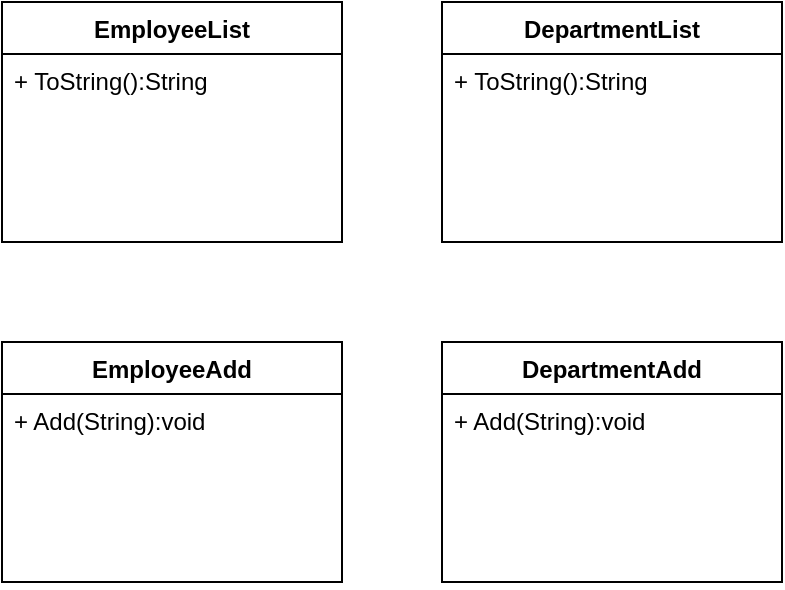
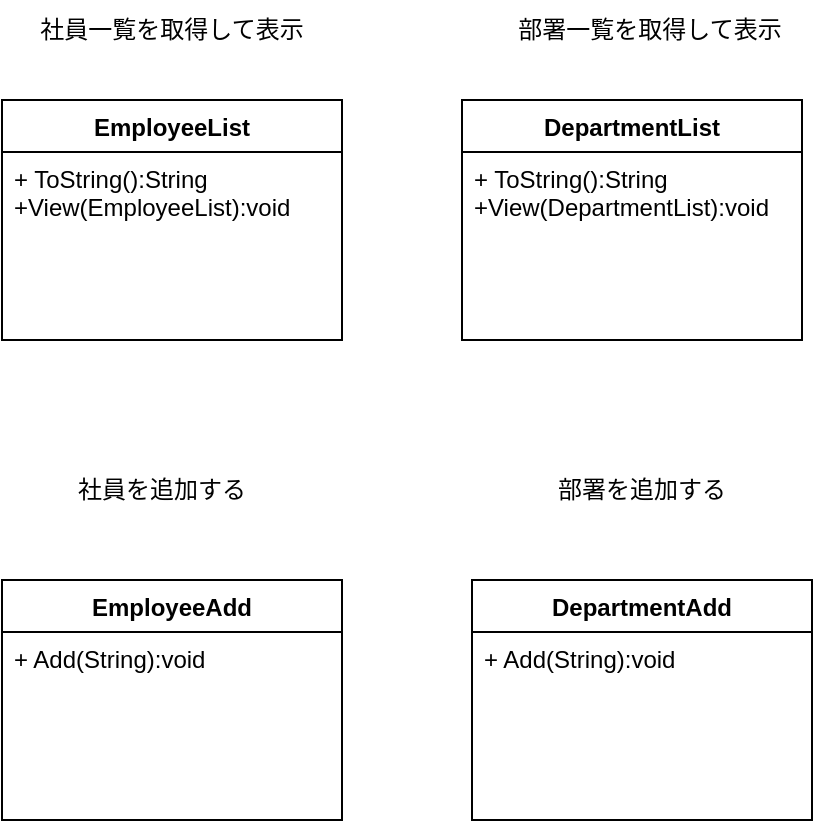
<mxfile host="app.diagrams.net">
  <diagram name="ページ-1" id="_a7TSTPUD4ZUb4yu-kRl">
-     <mxGraphModel dx="774" dy="451" grid="1" gridSize="10" guides="1" tooltips="1" connect="1" arrows="1" fold="1" page="1" pageScale="1" pageWidth="827" pageHeight="1169" math="0" shadow="0">
+     <mxGraphModel dx="774" dy="469" grid="1" gridSize="10" guides="1" tooltips="1" connect="1" arrows="1" fold="1" page="1" pageScale="1" pageWidth="827" pageHeight="1169" math="0" shadow="0">
      <root>
        <mxCell id="0" />
        <mxCell id="1" parent="0" />
        <mxCell id="LVNKJldPZUcnk_xSlG1G-1" parent="1" style="swimlane;fontStyle=1;align=center;verticalAlign=top;childLayout=stackLayout;horizontal=1;startSize=26;horizontalStack=0;resizeParent=1;resizeParentMax=0;resizeLast=0;collapsible=1;marginBottom=0;whiteSpace=wrap;html=1;" value="EmployeeList" vertex="1">
-           <mxGeometry height="120" width="170" x="170" y="20" as="geometry" />
+           <mxGeometry height="120" width="170" x="170" y="140" as="geometry" />
        </mxCell>
-         <mxCell id="LVNKJldPZUcnk_xSlG1G-4" parent="LVNKJldPZUcnk_xSlG1G-1" style="text;strokeColor=none;fillColor=none;align=left;verticalAlign=top;spacingLeft=4;spacingRight=4;overflow=hidden;rotatable=0;points=[[0,0.5],[1,0.5]];portConstraint=eastwest;whiteSpace=wrap;html=1;" value="+ ToString():String&lt;div&gt;&lt;br&gt;&lt;/div&gt;&lt;div&gt;&lt;br&gt;&lt;/div&gt;" vertex="1">
+         <mxCell id="LVNKJldPZUcnk_xSlG1G-4" parent="LVNKJldPZUcnk_xSlG1G-1" style="text;strokeColor=none;fillColor=none;align=left;verticalAlign=top;spacingLeft=4;spacingRight=4;overflow=hidden;rotatable=0;points=[[0,0.5],[1,0.5]];portConstraint=eastwest;whiteSpace=wrap;html=1;" value="+ ToString():String&lt;div&gt;+View(EmployeeList):void&lt;br&gt;&lt;div&gt;&lt;br&gt;&lt;/div&gt;&lt;div&gt;&lt;br&gt;&lt;/div&gt;&lt;/div&gt;" vertex="1">
          <mxGeometry height="94" width="170" y="26" as="geometry" />
        </mxCell>
        <mxCell id="LVNKJldPZUcnk_xSlG1G-5" parent="1" style="swimlane;fontStyle=1;align=center;verticalAlign=top;childLayout=stackLayout;horizontal=1;startSize=26;horizontalStack=0;resizeParent=1;resizeParentMax=0;resizeLast=0;collapsible=1;marginBottom=0;whiteSpace=wrap;html=1;" value="DepartmentList" vertex="1">
-           <mxGeometry height="120" width="170" x="390" y="20" as="geometry" />
+           <mxGeometry height="120" width="170" x="400" y="140" as="geometry" />
        </mxCell>
-         <mxCell id="LVNKJldPZUcnk_xSlG1G-6" parent="LVNKJldPZUcnk_xSlG1G-5" style="text;strokeColor=none;fillColor=none;align=left;verticalAlign=top;spacingLeft=4;spacingRight=4;overflow=hidden;rotatable=0;points=[[0,0.5],[1,0.5]];portConstraint=eastwest;whiteSpace=wrap;html=1;" value="+ ToString():String&lt;div&gt;&lt;br&gt;&lt;/div&gt;&lt;div&gt;&lt;br&gt;&lt;/div&gt;" vertex="1">
+         <mxCell id="LVNKJldPZUcnk_xSlG1G-6" parent="LVNKJldPZUcnk_xSlG1G-5" style="text;strokeColor=none;fillColor=none;align=left;verticalAlign=top;spacingLeft=4;spacingRight=4;overflow=hidden;rotatable=0;points=[[0,0.5],[1,0.5]];portConstraint=eastwest;whiteSpace=wrap;html=1;" value="+ ToString():String&lt;div&gt;+View(DepartmentList):void&lt;/div&gt;&lt;div&gt;&lt;br&gt;&lt;/div&gt;" vertex="1">
          <mxGeometry height="94" width="170" y="26" as="geometry" />
        </mxCell>
        <mxCell id="LVNKJldPZUcnk_xSlG1G-7" parent="1" style="swimlane;fontStyle=1;align=center;verticalAlign=top;childLayout=stackLayout;horizontal=1;startSize=26;horizontalStack=0;resizeParent=1;resizeParentMax=0;resizeLast=0;collapsible=1;marginBottom=0;whiteSpace=wrap;html=1;" value="EmployeeAdd" vertex="1">
-           <mxGeometry height="120" width="170" x="170" y="190" as="geometry" />
+           <mxGeometry height="120" width="170" x="170" y="380" as="geometry" />
        </mxCell>
        <mxCell id="LVNKJldPZUcnk_xSlG1G-8" parent="LVNKJldPZUcnk_xSlG1G-7" style="text;strokeColor=none;fillColor=none;align=left;verticalAlign=top;spacingLeft=4;spacingRight=4;overflow=hidden;rotatable=0;points=[[0,0.5],[1,0.5]];portConstraint=eastwest;whiteSpace=wrap;html=1;" value="+ Add(String):void&lt;div&gt;&lt;br&gt;&lt;/div&gt;&lt;div&gt;&lt;br&gt;&lt;/div&gt;" vertex="1">
          <mxGeometry height="94" width="170" y="26" as="geometry" />
        </mxCell>
        <mxCell id="LVNKJldPZUcnk_xSlG1G-9" parent="1" style="swimlane;fontStyle=1;align=center;verticalAlign=top;childLayout=stackLayout;horizontal=1;startSize=26;horizontalStack=0;resizeParent=1;resizeParentMax=0;resizeLast=0;collapsible=1;marginBottom=0;whiteSpace=wrap;html=1;" value="DepartmentAdd" vertex="1">
-           <mxGeometry height="120" width="170" x="390" y="190" as="geometry" />
+           <mxGeometry height="120" width="170" x="405" y="380" as="geometry" />
        </mxCell>
        <mxCell id="LVNKJldPZUcnk_xSlG1G-10" parent="LVNKJldPZUcnk_xSlG1G-9" style="text;strokeColor=none;fillColor=none;align=left;verticalAlign=top;spacingLeft=4;spacingRight=4;overflow=hidden;rotatable=0;points=[[0,0.5],[1,0.5]];portConstraint=eastwest;whiteSpace=wrap;html=1;" value="+ Add(String):void&lt;div&gt;&lt;br&gt;&lt;/div&gt;&lt;div&gt;&lt;br&gt;&lt;/div&gt;" vertex="1">
          <mxGeometry height="94" width="170" y="26" as="geometry" />
+         </mxCell>
+         <mxCell id="LVNKJldPZUcnk_xSlG1G-11" parent="1" style="text;html=1;whiteSpace=wrap;strokeColor=none;fillColor=none;align=center;verticalAlign=middle;rounded=0;" value="社員一覧を取得して表示" vertex="1">
+           <mxGeometry height="30" width="160" x="175" y="90" as="geometry" />
+         </mxCell>
+         <mxCell id="LVNKJldPZUcnk_xSlG1G-12" parent="1" style="text;html=1;whiteSpace=wrap;strokeColor=none;fillColor=none;align=center;verticalAlign=middle;rounded=0;" value="部署一覧を取得して表示" vertex="1">
+           <mxGeometry height="30" width="160" x="414" y="90" as="geometry" />
+         </mxCell>
+         <mxCell id="LVNKJldPZUcnk_xSlG1G-13" parent="1" style="text;html=1;whiteSpace=wrap;strokeColor=none;fillColor=none;align=center;verticalAlign=middle;rounded=0;" value="社員を追加する" vertex="1">
+           <mxGeometry height="30" width="160" x="170" y="320" as="geometry" />
+         </mxCell>
+         <mxCell id="LVNKJldPZUcnk_xSlG1G-14" parent="1" style="text;html=1;whiteSpace=wrap;strokeColor=none;fillColor=none;align=center;verticalAlign=middle;rounded=0;" value="部署を追加する" vertex="1">
+           <mxGeometry height="30" width="160" x="410" y="320" as="geometry" />
        </mxCell>
      </root>
    </mxGraphModel>
  </diagram>
</mxfile>
